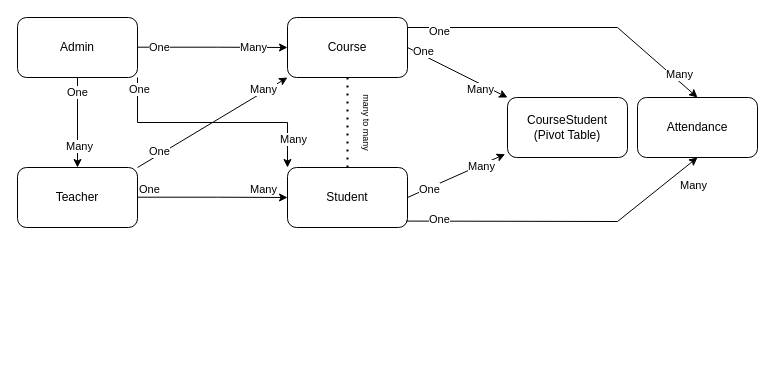
This is AttendanceSystem/Information/Relational Diagram.drawio from RubaiyadNoorShahriar1999/Attendance-System-for-Devskill, a draw.io file, before an edit. Source tidied: cells renumbered, new cells numbered last; positions are measured from the earlier drawing's top-left corner, leaving out a move shared by most shapes. Both pictures are drawn from the tidied source at 100%, with x=0, y=0 at pixel (17, 17).
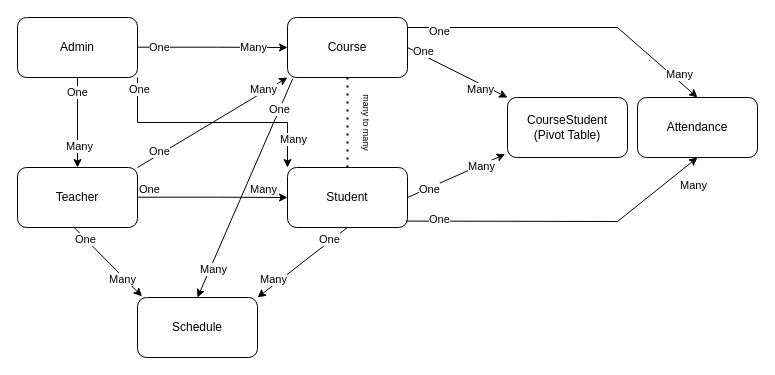
After the change.

Unchanged cells that the change refers to:
```xml
<mxCell id="5" value="Teacher" style="rounded=1;whiteSpace=wrap;html=1;" parent="1" vertex="1">
  <mxGeometry y="150" width="120" height="60" as="geometry" />
</mxCell>
<mxCell id="6" value="Course" style="rounded=1;whiteSpace=wrap;html=1;" parent="1" vertex="1">
  <mxGeometry x="270" width="120" height="60" as="geometry" />
</mxCell>
```

Change to the diagram source:
```diff
@@
+    <mxCell id="37" value="Schedule" style="rounded=1;whiteSpace=wrap;html=1;" parent="1" vertex="1">
+      <mxGeometry x="120" y="280" width="120" height="60" as="geometry" />
+    </mxCell>
+    <mxCell id="38" style="endArrow=classic;html=1;rounded=0;entryX=0.037;entryY=-0.019;entryDx=0;entryDy=0;entryPerimeter=0;exitX=0.47;exitY=0.995;exitDx=0;exitDy=0;exitPerimeter=0;" parent="1" edge="1" source="5" target="37">
+      <mxGeometry relative="1" as="geometry" />
+    </mxCell>
+    <mxCell id="39" value="One" style="edgeLabel;html=1;align=left;verticalAlign=bottom;" parent="38" vertex="1">
+      <mxGeometry x="-1" relative="1" as="geometry">
+        <mxPoint y="20" as="offset" />
+      </mxGeometry>
+    </mxCell>
+    <mxCell id="40" value="Many" style="edgeLabel;html=1;align=right;verticalAlign=bottom;" parent="38" vertex="1">
+      <mxGeometry x="1" relative="1" as="geometry">
+        <mxPoint x="-5" y="-9" as="offset" />
+      </mxGeometry>
+    </mxCell>
+    <mxCell id="41" style="endArrow=classic;html=1;rounded=0;entryX=1;entryY=0;entryDx=0;entryDy=0;" parent="1" edge="1" target="37">
+      <mxGeometry relative="1" as="geometry">
+        <mxPoint x="330" y="210" as="sourcePoint" />
+      </mxGeometry>
+    </mxCell>
+    <mxCell id="42" value="One" style="edgeLabel;html=1;align=left;verticalAlign=bottom;" parent="41" vertex="1">
+      <mxGeometry x="-1" relative="1" as="geometry">
+        <mxPoint x="-30" y="20" as="offset" />
+      </mxGeometry>
+    </mxCell>
+    <mxCell id="43" value="Many" style="edgeLabel;html=1;align=right;verticalAlign=bottom;" parent="41" vertex="1">
+      <mxGeometry x="1" relative="1" as="geometry">
+        <mxPoint x="30" y="-10" as="offset" />
+      </mxGeometry>
+    </mxCell>
+    <mxCell id="44" style="endArrow=classic;html=1;rounded=0;exitX=0.044;exitY=1.019;exitDx=0;exitDy=0;exitPerimeter=0;entryX=0.5;entryY=0;entryDx=0;entryDy=0;" parent="1" edge="1" source="6" target="37">
+      <mxGeometry relative="1" as="geometry" />
+    </mxCell>
+    <mxCell id="45" value="One" style="edgeLabel;html=1;align=left;verticalAlign=bottom;" parent="44" vertex="1">
+      <mxGeometry x="-1" relative="1" as="geometry">
+        <mxPoint x="-25" y="39" as="offset" />
+      </mxGeometry>
+    </mxCell>
+    <mxCell id="46" value="Many" style="edgeLabel;html=1;align=right;verticalAlign=bottom;" parent="44" vertex="1">
+      <mxGeometry x="1" relative="1" as="geometry">
+        <mxPoint x="30" y="-20" as="offset" />
+      </mxGeometry>
+    </mxCell>
```
